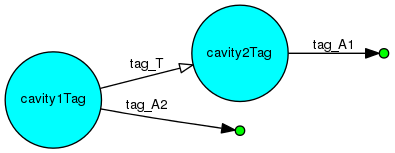
Above: doc/figures/LucentWallEMT.png in WZhaoKe/aegpwb (Graphviz), before the change. Its source is kept beside it as doc/figures/src/LucentWallEMT.dot. Source of this version:
```dot
digraph pwb_model {
	rankdir=LR;
	size="8,5"
	node [ shape = circle , fontname = "Helvetica" , fontsize = 10 , height = 0.1 , width = 0.1 , margin = 0.01 ,  style=filled ];
	edge [ fontname = "Helvetica" , forcelabels= true , fontsize = 10 ];
	"cavity1Tag" [ shape=circle fillcolor=cyan ];
	"cavity2Tag" [ shape=circle fillcolor=cyan ];
        "REF1" [shape=circle , label ="", width=0.1 , height=0.1, regular=1, style=filled , fillcolor=green ];
	cavity1Tag -> REF1 [ label = "tag_A2" , arrowhead = "normal" ];
        "REF2" [shape=circle , label ="", width=0.1 , height=0.1, regular=1, style=filled , fillcolor=green ];
	cavity2Tag -> REF2 [ label = "tag_A1" , arrowhead = "normal" ];
	cavity1Tag -> cavity2Tag [ label = "tag_T" , arrowhead = "empty" ];
}
```
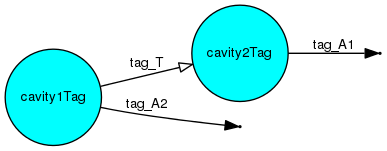
The same file after the commit.

What changed in the source:
```diff
@@ -5,9 +5,9 @@
 	edge [ fontname = "Helvetica" , forcelabels= true , fontsize = 10 ];
 	"cavity1Tag" [ shape=circle fillcolor=cyan ];
 	"cavity2Tag" [ shape=circle fillcolor=cyan ];
-        "REF1" [shape=circle , label ="", width=0.1 , height=0.1, regular=1, style=filled , fillcolor=green ];
+        "REF1" [shape=point , label ="", width=0.02 , height=0.02, regular=1, style=filled , fillcolor=black ];
 	cavity1Tag -> REF1 [ label = "tag_A2" , arrowhead = "normal" ];
-        "REF2" [shape=circle , label ="", width=0.1 , height=0.1, regular=1, style=filled , fillcolor=green ];
+        "REF2" [shape=point , label ="", width=0.02 , height=0.02, regular=1, style=filled , fillcolor=black ];
 	cavity2Tag -> REF2 [ label = "tag_A1" , arrowhead = "normal" ];
 	cavity1Tag -> cavity2Tag [ label = "tag_T" , arrowhead = "empty" ];
 }
```
